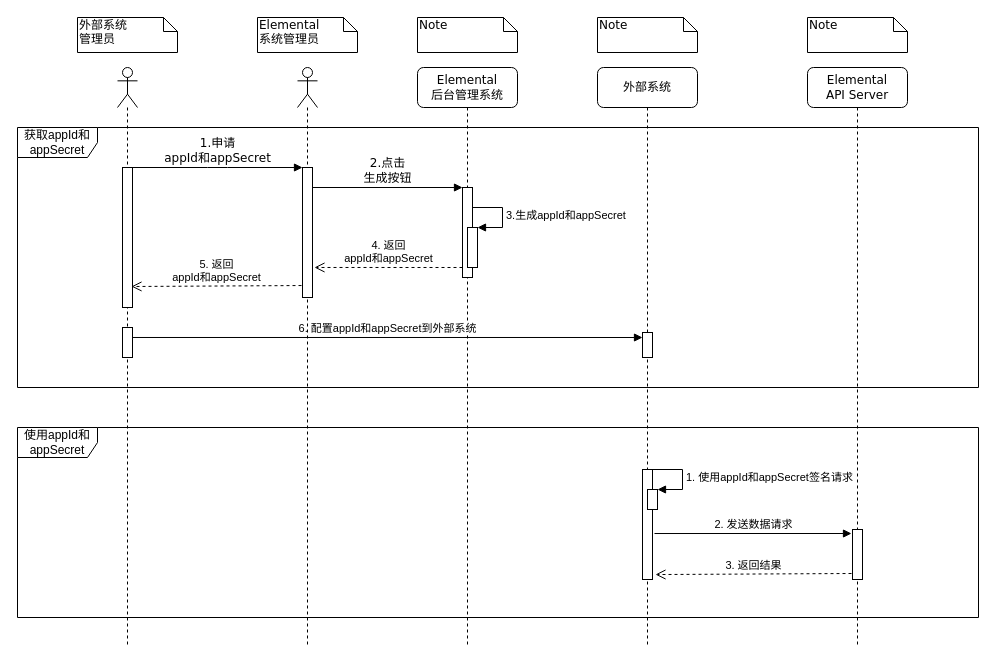
Before: signed_request.drawio in deanzz/blog, a draw.io diagram. Source tidied: cells renumbered, new cells numbered last; positions are measured from the earlier drawing's top-left corner, leaving out a move shared by most shapes. Both pictures are drawn from the tidied source at 100%, with x=0, y=0 at pixel (17, 17).
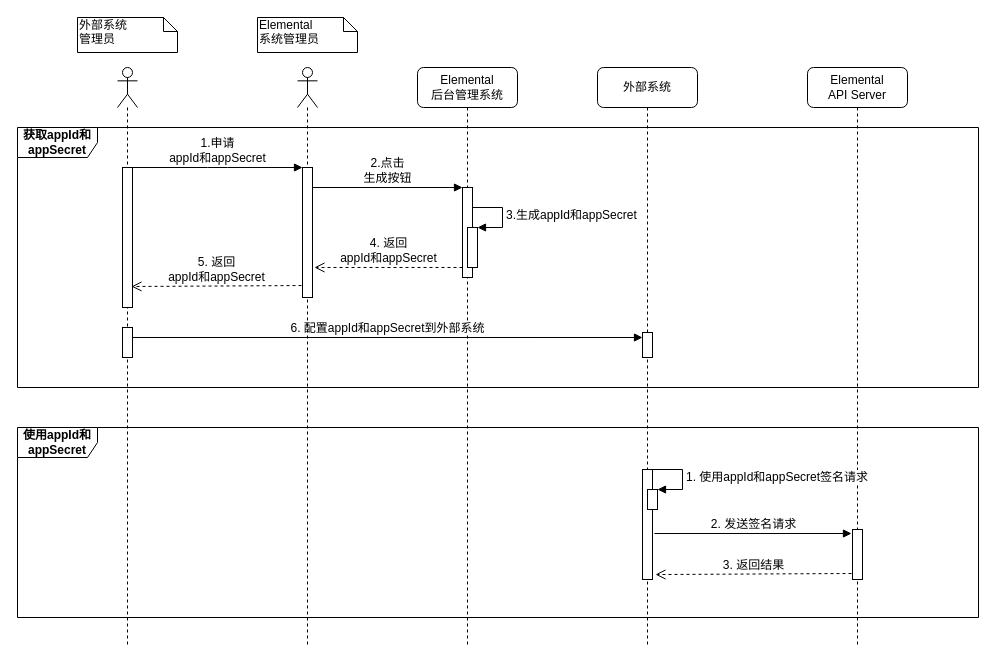
Above is the later version.

Unchanged cells that the change refers to:
```xml
<mxCell id="5" style="html=1;points=[];perimeter=orthogonalPerimeter;rounded=0;shadow=0;comic=0;labelBackgroundColor=none;strokeWidth=1;fontFamily=Verdana;fontSize=12;align=center;" parent="4" vertex="1">
  <mxGeometry x="45" y="120" width="10" height="90" as="geometry" />
</mxCell>
<mxCell id="6" style="html=1;points=[];perimeter=orthogonalPerimeter;" parent="4" vertex="1">
  <mxGeometry x="50" y="160" width="10" height="40" as="geometry" />
</mxCell>
<mxCell id="13" style="html=1;points=[];perimeter=orthogonalPerimeter;" parent="12" vertex="1">
  <mxGeometry x="45" y="462" width="10" height="50" as="geometry" />
</mxCell>
<mxCell id="14" style="html=1;points=[];perimeter=orthogonalPerimeter;rounded=0;shadow=0;comic=0;labelBackgroundColor=none;strokeWidth=1;fontFamily=Verdana;fontSize=12;align=center;" parent="1" vertex="1">
  <mxGeometry x="625" y="452" width="10" height="110" as="geometry" />
</mxCell>
<mxCell id="23" style="html=1;points=[];perimeter=orthogonalPerimeter;" parent="22" vertex="1">
  <mxGeometry x="5" y="100" width="10" height="140" as="geometry" />
</mxCell>
<mxCell id="24" style="html=1;points=[];perimeter=orthogonalPerimeter;" parent="22" vertex="1">
  <mxGeometry x="5" y="260" width="10" height="30" as="geometry" />
</mxCell>
<mxCell id="26" style="html=1;points=[];perimeter=orthogonalPerimeter;" parent="25" vertex="1">
  <mxGeometry x="5" y="100" width="10" height="130" as="geometry" />
</mxCell>
<mxCell id="28" style="html=1;points=[];perimeter=orthogonalPerimeter;" parent="1" vertex="1">
  <mxGeometry x="630" y="472" width="10" height="20" as="geometry" />
</mxCell>
```

Diff of the diagram source:
```diff
@@
-    <mxCell id="2" value="使用appId和appSecret" style="shape=umlFrame;whiteSpace=wrap;html=1;width=80;height=30;" parent="1" vertex="1">
+    <mxCell id="2" value="&lt;b&gt;使用appId和appSecret&lt;/b&gt;" style="shape=umlFrame;whiteSpace=wrap;html=1;width=80;height=30;" parent="1" vertex="1">
       <mxGeometry y="410" width="961" height="190" as="geometry" />
     </mxCell>
-    <mxCell id="3" value="获取appId和appSecret" style="shape=umlFrame;whiteSpace=wrap;html=1;width=80;height=30;" parent="1" vertex="1">
+    <mxCell id="3" value="&lt;b&gt;获取appId和appSecret&lt;/b&gt;" style="shape=umlFrame;whiteSpace=wrap;html=1;width=80;height=30;" parent="1" vertex="1">
       <mxGeometry y="110" width="961" height="260" as="geometry" />
     </mxCell>
-    <mxCell id="4" value="&lt;span&gt;Elemental&lt;/span&gt;&lt;br&gt;&lt;span&gt;后台管理系统&lt;/span&gt;" style="shape=umlLifeline;perimeter=lifelinePerimeter;whiteSpace=wrap;html=1;rounded=1;shadow=0;comic=0;labelBackgroundColor=none;strokeWidth=1;fontFamily=Verdana;fontSize=12;align=center;" parent="1" vertex="1">
+    <mxCell id="4" value="&lt;font face=&quot;Helvetica&quot;&gt;&lt;span&gt;Elemental&lt;/span&gt;&lt;br&gt;&lt;span&gt;后台管理系统&lt;/span&gt;&lt;/font&gt;" style="shape=umlLifeline;perimeter=lifelinePerimeter;whiteSpace=wrap;html=1;rounded=1;shadow=0;comic=0;labelBackgroundColor=none;strokeWidth=1;fontFamily=Verdana;fontSize=12;align=center;" parent="1" vertex="1">
       <mxGeometry x="400" y="50" width="100" height="580" as="geometry" />
     </mxCell>
@@
-    <mxCell id="7" value="3.生成appId和appSecret" style="edgeStyle=orthogonalEdgeStyle;html=1;align=left;spacingLeft=2;endArrow=block;rounded=0;entryX=1;entryY=0;" parent="4" edge="1" target="6">
+    <mxCell id="7" value="&lt;font style=&quot;font-size: 12px&quot;&gt;3.生成appId和appSecret&lt;/font&gt;" style="edgeStyle=orthogonalEdgeStyle;html=1;align=left;spacingLeft=2;endArrow=block;rounded=0;entryX=1;entryY=0;" parent="4" edge="1" target="6">
       <mxGeometry relative="1" as="geometry">
         <mxPoint x="55" y="140" as="sourcePoint" />
         <Array as="points">
           <mxPoint x="85" y="140" />
         </Array>
       </mxGeometry>
     </mxCell>
-    <mxCell id="8" value="4. 返回&lt;br&gt;appId和appSecret" style="html=1;verticalAlign=bottom;endArrow=open;dashed=1;endSize=8;rounded=0;entryX=1.2;entryY=0.769;entryDx=0;entryDy=0;entryPerimeter=0;" parent="4" edge="1" target="26">
+    <mxCell id="8" value="&lt;font style=&quot;font-size: 12px&quot;&gt;4. 返回&lt;br&gt;appId和appSecret&lt;/font&gt;" style="html=1;verticalAlign=bottom;endArrow=open;dashed=1;endSize=8;rounded=0;entryX=1.2;entryY=0.769;entryDx=0;entryDy=0;entryPerimeter=0;" parent="4" edge="1" target="26">
       <mxGeometry relative="1" as="geometry">
         <mxPoint x="45" y="200" as="sourcePoint" />
       </mxGeometry>
     </mxCell>
-    <mxCell id="9" value="&lt;span&gt;外部系统&lt;/span&gt;" style="shape=umlLifeline;perimeter=lifelinePerimeter;whiteSpace=wrap;html=1;rounded=1;shadow=0;comic=0;labelBackgroundColor=none;strokeWidth=1;fontFamily=Verdana;fontSize=12;align=center;" parent="1" vertex="1">
+    <mxCell id="9" value="&lt;span&gt;&lt;font face=&quot;Helvetica&quot;&gt;外部系统&lt;/font&gt;&lt;/span&gt;" style="shape=umlLifeline;perimeter=lifelinePerimeter;whiteSpace=wrap;html=1;rounded=1;shadow=0;comic=0;labelBackgroundColor=none;strokeWidth=1;fontFamily=Verdana;fontSize=12;align=center;" parent="1" vertex="1">
       <mxGeometry x="580" y="50" width="100" height="580" as="geometry" />
     </mxCell>
@@
-    <mxCell id="11" value="6. 配置appId和appSecret到外部系统" style="html=1;verticalAlign=bottom;endArrow=block;rounded=0;exitX=1;exitY=0.333;exitDx=0;exitDy=0;exitPerimeter=0;" parent="9" edge="1" source="24">
+    <mxCell id="11" value="&lt;font style=&quot;font-size: 12px&quot;&gt;6. 配置appId和appSecret到外部系统&lt;/font&gt;" style="html=1;verticalAlign=bottom;endArrow=block;rounded=0;exitX=1;exitY=0.333;exitDx=0;exitDy=0;exitPerimeter=0;" parent="9" edge="1" source="24">
       <mxGeometry relative="1" as="geometry">
         <mxPoint x="45" y="270" as="targetPoint" />
       </mxGeometry>
     </mxCell>
-    <mxCell id="12" value="&lt;span&gt;Elemental&lt;/span&gt;&lt;br&gt;&lt;span&gt;API Server&lt;/span&gt;" style="shape=umlLifeline;perimeter=lifelinePerimeter;whiteSpace=wrap;html=1;rounded=1;shadow=0;comic=0;labelBackgroundColor=none;strokeWidth=1;fontFamily=Verdana;fontSize=12;align=center;" parent="1" vertex="1">
+    <mxCell id="12" value="&lt;font face=&quot;Helvetica&quot;&gt;&lt;span&gt;Elemental&lt;/span&gt;&lt;br&gt;&lt;span&gt;API Server&lt;/span&gt;&lt;/font&gt;" style="shape=umlLifeline;perimeter=lifelinePerimeter;whiteSpace=wrap;html=1;rounded=1;shadow=0;comic=0;labelBackgroundColor=none;strokeWidth=1;fontFamily=Verdana;fontSize=12;align=center;" parent="1" vertex="1">
       <mxGeometry x="790" y="50" width="100" height="580" as="geometry" />
     </mxCell>
@@
-    <mxCell id="15" value="1.申请&lt;br&gt;appId和appSecret" style="html=1;verticalAlign=bottom;endArrow=block;entryX=0;entryY=0;labelBackgroundColor=none;fontFamily=Verdana;fontSize=12;edgeStyle=elbowEdgeStyle;elbow=vertical;" parent="1" edge="1">
+    <mxCell id="15" value="&lt;font face=&quot;Helvetica&quot;&gt;1.申请&lt;br&gt;appId和appSecret&lt;/font&gt;" style="html=1;verticalAlign=bottom;endArrow=block;entryX=0;entryY=0;labelBackgroundColor=none;fontFamily=Verdana;fontSize=12;edgeStyle=elbowEdgeStyle;elbow=vertical;" parent="1" edge="1">
       <mxGeometry relative="1" as="geometry">
         <mxPoint x="115" y="150" as="sourcePoint" />
         <mxPoint x="285" y="150" as="targetPoint" />
       </mxGeometry>
     </mxCell>
-    <mxCell id="16" value="2.点击&lt;br&gt;生成按钮" style="html=1;verticalAlign=bottom;endArrow=block;entryX=0;entryY=0;labelBackgroundColor=none;fontFamily=Verdana;fontSize=12;edgeStyle=elbowEdgeStyle;elbow=vertical;" parent="1" edge="1" target="5">
+    <mxCell id="16" value="&lt;font face=&quot;Helvetica&quot;&gt;2.点击&lt;br&gt;生成按钮&lt;/font&gt;" style="html=1;verticalAlign=bottom;endArrow=block;entryX=0;entryY=0;labelBackgroundColor=none;fontFamily=Verdana;fontSize=12;edgeStyle=elbowEdgeStyle;elbow=vertical;" parent="1" edge="1" target="5">
       <mxGeometry relative="1" as="geometry">
         <mxPoint x="295" y="170" as="sourcePoint" />
       </mxGeometry>
     </mxCell>
@@
-    <mxCell id="18" value="&lt;span style=&quot;text-align: center&quot;&gt;Elemental&lt;/span&gt;&lt;br style=&quot;text-align: center&quot;&gt;&lt;span style=&quot;text-align: center&quot;&gt;系统管理员&lt;/span&gt;" style="shape=note;whiteSpace=wrap;html=1;size=14;verticalAlign=top;align=left;spacingTop=-6;rounded=0;shadow=0;comic=0;labelBackgroundColor=none;strokeWidth=1;fontFamily=Verdana;fontSize=12;" parent="1" vertex="1">
+    <mxCell id="18" value="&lt;font face=&quot;Helvetica&quot;&gt;&lt;span style=&quot;text-align: center&quot;&gt;Elemental&lt;/span&gt;&lt;br style=&quot;text-align: center&quot;&gt;&lt;span style=&quot;text-align: center&quot;&gt;系统管理员&lt;/span&gt;&lt;/font&gt;" style="shape=note;whiteSpace=wrap;html=1;size=14;verticalAlign=top;align=left;spacingTop=-6;rounded=0;shadow=0;comic=0;labelBackgroundColor=none;strokeWidth=1;fontFamily=Verdana;fontSize=12;" parent="1" vertex="1">
       <mxGeometry x="240" width="100" height="35" as="geometry" />
     </mxCell>
-    <mxCell id="19" value="Note" style="shape=note;whiteSpace=wrap;html=1;size=14;verticalAlign=top;align=left;spacingTop=-6;rounded=0;shadow=0;comic=0;labelBackgroundColor=none;strokeWidth=1;fontFamily=Verdana;fontSize=12;" parent="1" vertex="1">
-      <mxGeometry x="400" width="100" height="35" as="geometry" />
-    </mxCell>
-    <mxCell id="20" value="Note" style="shape=note;whiteSpace=wrap;html=1;size=14;verticalAlign=top;align=left;spacingTop=-6;rounded=0;shadow=0;comic=0;labelBackgroundColor=none;strokeWidth=1;fontFamily=Verdana;fontSize=12;" parent="1" vertex="1">
-      <mxGeometry x="580" width="100" height="35" as="geometry" />
-    </mxCell>
-    <mxCell id="21" value="Note" style="shape=note;whiteSpace=wrap;html=1;size=14;verticalAlign=top;align=left;spacingTop=-6;rounded=0;shadow=0;comic=0;labelBackgroundColor=none;strokeWidth=1;fontFamily=Verdana;fontSize=12;" parent="1" vertex="1">
-      <mxGeometry x="790" width="100" height="35" as="geometry" />
-    </mxCell>
@@
-    <mxCell id="27" value="5. 返回&lt;br&gt;appId和appSecret" style="html=1;verticalAlign=bottom;endArrow=open;dashed=1;endSize=8;rounded=0;entryX=0.9;entryY=0.85;entryDx=0;entryDy=0;entryPerimeter=0;exitX=-0.1;exitY=0.908;exitDx=0;exitDy=0;exitPerimeter=0;" parent="1" edge="1" source="26" target="23">
+    <mxCell id="27" value="&lt;font style=&quot;font-size: 12px&quot;&gt;5. 返回&lt;br&gt;appId和appSecret&lt;/font&gt;" style="html=1;verticalAlign=bottom;endArrow=open;dashed=1;endSize=8;rounded=0;entryX=0.9;entryY=0.85;entryDx=0;entryDy=0;entryPerimeter=0;exitX=-0.1;exitY=0.908;exitDx=0;exitDy=0;exitPerimeter=0;" parent="1" edge="1" source="26" target="23">
       <mxGeometry relative="1" as="geometry" />
     </mxCell>
@@
-    <mxCell id="29" value="1. 使用appId和appSecret签名请求" style="edgeStyle=orthogonalEdgeStyle;html=1;align=left;spacingLeft=2;endArrow=block;rounded=0;entryX=1;entryY=0;" parent="1" edge="1" target="28">
+    <mxCell id="29" value="&lt;font style=&quot;font-size: 12px&quot;&gt;1. 使用appId和appSecret签名请求&lt;/font&gt;" style="edgeStyle=orthogonalEdgeStyle;html=1;align=left;spacingLeft=2;endArrow=block;rounded=0;entryX=1;entryY=0;" parent="1" edge="1" target="28">
       <mxGeometry relative="1" as="geometry">
         <mxPoint x="635" y="452" as="sourcePoint" />
         <Array as="points">
           <mxPoint x="665" y="452" />
         </Array>
       </mxGeometry>
     </mxCell>
-    <mxCell id="30" value="2. 发送数据请求" style="html=1;verticalAlign=bottom;endArrow=block;rounded=0;exitX=1.2;exitY=0.582;exitDx=0;exitDy=0;exitPerimeter=0;entryX=-0.1;entryY=0.08;entryDx=0;entryDy=0;entryPerimeter=0;" parent="1" edge="1" source="14" target="13">
+    <mxCell id="30" value="&lt;font style=&quot;font-size: 12px&quot;&gt;2. 发送签名请求&lt;/font&gt;" style="html=1;verticalAlign=bottom;endArrow=block;rounded=0;exitX=1.2;exitY=0.582;exitDx=0;exitDy=0;exitPerimeter=0;entryX=-0.1;entryY=0.08;entryDx=0;entryDy=0;entryPerimeter=0;" parent="1" edge="1" source="14" target="13">
       <mxGeometry relative="1" as="geometry" />
     </mxCell>
-    <mxCell id="31" value="3. 返回结果" style="html=1;verticalAlign=bottom;endArrow=open;dashed=1;endSize=8;rounded=0;exitX=-0.1;exitY=0.88;exitDx=0;exitDy=0;exitPerimeter=0;entryX=1.3;entryY=0.955;entryDx=0;entryDy=0;entryPerimeter=0;" parent="1" edge="1" source="13" target="14">
+    <mxCell id="31" value="&lt;font style=&quot;font-size: 12px&quot;&gt;3. 返回结果&lt;/font&gt;" style="html=1;verticalAlign=bottom;endArrow=open;dashed=1;endSize=8;rounded=0;exitX=-0.1;exitY=0.88;exitDx=0;exitDy=0;exitPerimeter=0;entryX=1.3;entryY=0.955;entryDx=0;entryDy=0;entryPerimeter=0;" parent="1" edge="1" source="13" target="14">
       <mxGeometry relative="1" as="geometry" />
     </mxCell>
```
